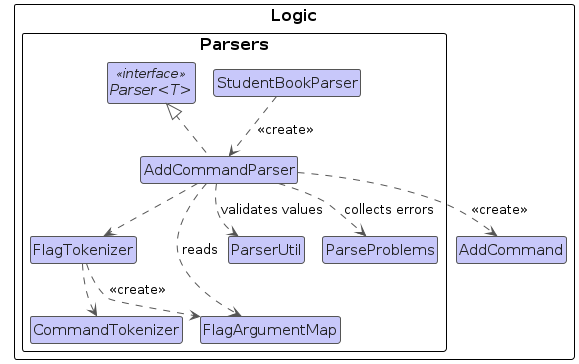
Earlier version of the PlantUML export diagrams/ParserClasses.png (AY2627S1-CS2103T-T16-1/tp). Its source is kept beside it as diagrams/ParserClasses.puml.
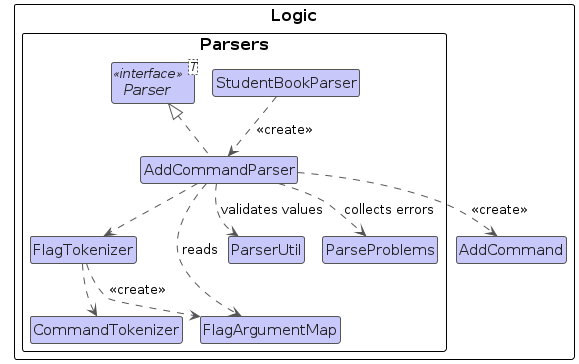
The same diagram one commit later.

What changed in the source:
```diff
@@ -7,14 +7,13 @@
 skinparam classBorderColor #555555
 skinparam arrowColor #555555
 skinparam ArrowFontStyle plain
-skinparam genericDisplay old
 skinparam nodesep 40
 skinparam ranksep 40
 
 package "Logic" as LogicComponent {
     package "Parsers" {
         class StudentBookParser
-        interface "Parser<T>" as Parser <<interface>>
+        interface Parser<T> <<interface>>
         class AddCommandParser
         class FlagTokenizer
         class CommandTokenizer
```
